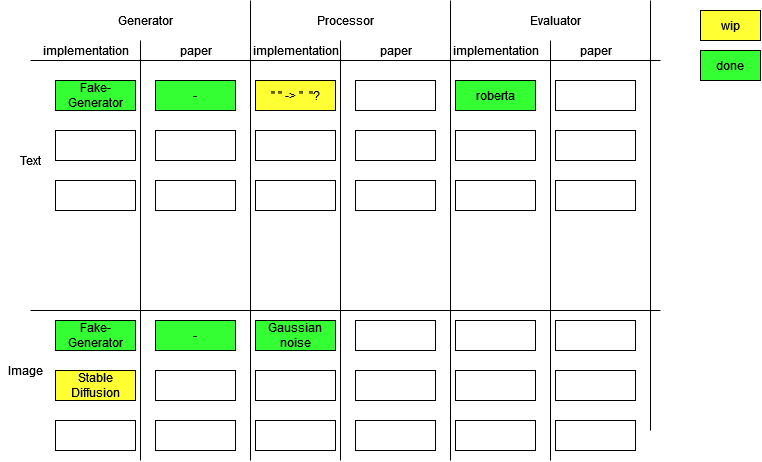
Ctrl-Alt-Defeat-Foundation-Models/informatiCup2024 keeps this draw.io diagram as documentation/Overview ImplementationPaper.png. Above is the earlier version. Source tidied: cells renumbered, new cells last; positions are measured from the earlier drawing's top-left corner, leaving out a move shared by most shapes. Source of this version:
```xml
<mxGraphModel>
  <root>
    <mxCell id="0" />
    <mxCell id="1" parent="0" />
    <mxCell id="2" value="Fake-Generator" style="rounded=0;whiteSpace=wrap;html=1;fillColor=#33FF33;" parent="1" vertex="1">
      <mxGeometry x="55" y="80" width="80" height="30" as="geometry" />
    </mxCell>
    <mxCell id="3" value="Generator" style="text;html=1;align=center;verticalAlign=middle;strokeColor=none;fillColor=none;" parent="1" vertex="1">
      <mxGeometry x="110" y="10" width="70" height="20" as="geometry" />
    </mxCell>
    <mxCell id="4" value="Processor" style="text;html=1;align=center;verticalAlign=middle;strokeColor=none;fillColor=none;" parent="1" vertex="1">
      <mxGeometry x="310" y="10" width="70" height="20" as="geometry" />
    </mxCell>
    <mxCell id="5" value="Evaluator" style="text;html=1;align=center;verticalAlign=middle;strokeColor=none;fillColor=none;" parent="1" vertex="1">
      <mxGeometry x="520" y="10" width="70" height="20" as="geometry" />
    </mxCell>
    <mxCell id="6" style="rounded=0;whiteSpace=wrap;html=1;" parent="1" vertex="1">
      <mxGeometry x="55" y="130" width="80" height="30" as="geometry" />
    </mxCell>
    <mxCell id="7" style="endArrow=none;html=1;rounded=0;" parent="1" edge="1">
      <mxGeometry relative="1" as="geometry">
        <mxPoint x="30" y="310" as="sourcePoint" />
        <mxPoint x="660" y="310" as="targetPoint" />
      </mxGeometry>
    </mxCell>
    <mxCell id="8" style="endArrow=none;html=1;rounded=0;" parent="1" edge="1">
      <mxGeometry relative="1" as="geometry">
        <mxPoint x="250" y="460" as="sourcePoint" />
        <mxPoint x="250" as="targetPoint" />
      </mxGeometry>
    </mxCell>
    <mxCell id="9" style="endArrow=none;html=1;rounded=0;" parent="1" edge="1">
      <mxGeometry relative="1" as="geometry">
        <mxPoint x="450" y="460" as="sourcePoint" />
        <mxPoint x="450" as="targetPoint" />
      </mxGeometry>
    </mxCell>
    <mxCell id="10" style="rounded=0;whiteSpace=wrap;html=1;" parent="1" vertex="1">
      <mxGeometry x="55" y="180" width="80" height="30" as="geometry" />
    </mxCell>
    <mxCell id="11" value="&quot; &quot; -&amp;gt; &quot;&amp;nbsp; &quot;?" style="rounded=0;whiteSpace=wrap;html=1;fillColor=#FFFF33;" parent="1" vertex="1">
      <mxGeometry x="255" y="80" width="80" height="30" as="geometry" />
    </mxCell>
    <mxCell id="12" style="rounded=0;whiteSpace=wrap;html=1;" parent="1" vertex="1">
      <mxGeometry x="255" y="130" width="80" height="30" as="geometry" />
    </mxCell>
    <mxCell id="13" style="rounded=0;whiteSpace=wrap;html=1;" parent="1" vertex="1">
      <mxGeometry x="255" y="180" width="80" height="30" as="geometry" />
    </mxCell>
    <mxCell id="14" value="roberta" style="rounded=0;whiteSpace=wrap;html=1;fillColor=#33FF33;" parent="1" vertex="1">
      <mxGeometry x="455" y="80" width="80" height="30" as="geometry" />
    </mxCell>
    <mxCell id="15" style="rounded=0;whiteSpace=wrap;html=1;" parent="1" vertex="1">
      <mxGeometry x="455" y="130" width="80" height="30" as="geometry" />
    </mxCell>
    <mxCell id="16" style="rounded=0;whiteSpace=wrap;html=1;" parent="1" vertex="1">
      <mxGeometry x="455" y="180" width="80" height="30" as="geometry" />
    </mxCell>
    <mxCell id="17" value="Stable Diffusion" style="rounded=0;whiteSpace=wrap;html=1;fillColor=#FFFF33;" parent="1" vertex="1">
      <mxGeometry x="55" y="370" width="80" height="30" as="geometry" />
    </mxCell>
    <mxCell id="18" style="rounded=0;whiteSpace=wrap;html=1;" parent="1" vertex="1">
      <mxGeometry x="55" y="420" width="80" height="30" as="geometry" />
    </mxCell>
    <mxCell id="19" style="rounded=0;whiteSpace=wrap;html=1;" parent="1" vertex="1">
      <mxGeometry x="255" y="370" width="80" height="30" as="geometry" />
    </mxCell>
    <mxCell id="20" style="rounded=0;whiteSpace=wrap;html=1;" parent="1" vertex="1">
      <mxGeometry x="255" y="420" width="80" height="30" as="geometry" />
    </mxCell>
    <mxCell id="21" style="rounded=0;whiteSpace=wrap;html=1;" parent="1" vertex="1">
      <mxGeometry x="455" y="320" width="80" height="30" as="geometry" />
    </mxCell>
    <mxCell id="22" style="rounded=0;whiteSpace=wrap;html=1;" parent="1" vertex="1">
      <mxGeometry x="455" y="370" width="80" height="30" as="geometry" />
    </mxCell>
    <mxCell id="23" style="rounded=0;whiteSpace=wrap;html=1;" parent="1" vertex="1">
      <mxGeometry x="455" y="420" width="80" height="30" as="geometry" />
    </mxCell>
    <mxCell id="24" style="endArrow=none;html=1;rounded=0;" parent="1" edge="1">
      <mxGeometry relative="1" as="geometry">
        <mxPoint x="30" y="60" as="sourcePoint" />
        <mxPoint x="660" y="60" as="targetPoint" />
      </mxGeometry>
    </mxCell>
    <mxCell id="25" style="endArrow=none;html=1;rounded=0;" parent="1" edge="1">
      <mxGeometry relative="1" as="geometry">
        <mxPoint x="140" y="460" as="sourcePoint" />
        <mxPoint x="140" y="40" as="targetPoint" />
      </mxGeometry>
    </mxCell>
    <mxCell id="26" style="endArrow=none;html=1;rounded=0;" parent="1" edge="1">
      <mxGeometry relative="1" as="geometry">
        <mxPoint x="340" y="460" as="sourcePoint" />
        <mxPoint x="340" y="40" as="targetPoint" />
      </mxGeometry>
    </mxCell>
    <mxCell id="27" style="endArrow=none;html=1;rounded=0;" parent="1" edge="1">
      <mxGeometry relative="1" as="geometry">
        <mxPoint x="550" y="460" as="sourcePoint" />
        <mxPoint x="550" y="40" as="targetPoint" />
      </mxGeometry>
    </mxCell>
    <mxCell id="28" style="endArrow=none;html=1;rounded=0;" parent="1" edge="1">
      <mxGeometry relative="1" as="geometry">
        <mxPoint x="650" y="430" as="sourcePoint" />
        <mxPoint x="650" as="targetPoint" />
      </mxGeometry>
    </mxCell>
    <mxCell id="29" value="&lt;div&gt;implementation&lt;/div&gt;" style="text;html=1;align=center;verticalAlign=middle;strokeColor=none;fillColor=none;" parent="1" vertex="1">
      <mxGeometry x="35" y="40" width="100" height="20" as="geometry" />
    </mxCell>
    <mxCell id="30" value="&lt;div&gt;implementation&lt;/div&gt;" style="text;html=1;align=center;verticalAlign=middle;strokeColor=none;fillColor=none;" parent="1" vertex="1">
      <mxGeometry x="245" y="40" width="100" height="20" as="geometry" />
    </mxCell>
    <mxCell id="31" value="&lt;div&gt;implementation&lt;/div&gt;" style="text;html=1;align=center;verticalAlign=middle;strokeColor=none;fillColor=none;" parent="1" vertex="1">
      <mxGeometry x="445" y="40" width="100" height="20" as="geometry" />
    </mxCell>
    <mxCell id="32" value="&lt;div&gt;paper&lt;/div&gt;" style="text;html=1;align=center;verticalAlign=middle;strokeColor=none;fillColor=none;" parent="1" vertex="1">
      <mxGeometry x="170" y="40" width="50" height="20" as="geometry" />
    </mxCell>
    <mxCell id="33" value="&lt;div&gt;paper&lt;/div&gt;" style="text;html=1;align=center;verticalAlign=middle;strokeColor=none;fillColor=none;" parent="1" vertex="1">
      <mxGeometry x="370" y="40" width="50" height="20" as="geometry" />
    </mxCell>
    <mxCell id="34" value="&lt;div&gt;paper&lt;/div&gt;" style="text;html=1;align=center;verticalAlign=middle;strokeColor=none;fillColor=none;" parent="1" vertex="1">
      <mxGeometry x="570" y="40" width="50" height="20" as="geometry" />
    </mxCell>
    <mxCell id="35" value="-" style="rounded=0;whiteSpace=wrap;html=1;fillColor=#33FF33;" parent="1" vertex="1">
      <mxGeometry x="155" y="80" width="80" height="30" as="geometry" />
    </mxCell>
    <mxCell id="36" style="rounded=0;whiteSpace=wrap;html=1;" parent="1" vertex="1">
      <mxGeometry x="155" y="130" width="80" height="30" as="geometry" />
    </mxCell>
    <mxCell id="37" style="rounded=0;whiteSpace=wrap;html=1;" parent="1" vertex="1">
      <mxGeometry x="155" y="180" width="80" height="30" as="geometry" />
    </mxCell>
    <mxCell id="38" style="rounded=0;whiteSpace=wrap;html=1;" parent="1" vertex="1">
      <mxGeometry x="355" y="80" width="80" height="30" as="geometry" />
    </mxCell>
    <mxCell id="39" style="rounded=0;whiteSpace=wrap;html=1;" parent="1" vertex="1">
      <mxGeometry x="355" y="130" width="80" height="30" as="geometry" />
    </mxCell>
    <mxCell id="40" style="rounded=0;whiteSpace=wrap;html=1;" parent="1" vertex="1">
      <mxGeometry x="355" y="180" width="80" height="30" as="geometry" />
    </mxCell>
    <mxCell id="41" style="rounded=0;whiteSpace=wrap;html=1;" parent="1" vertex="1">
      <mxGeometry x="555" y="80" width="80" height="30" as="geometry" />
    </mxCell>
    <mxCell id="42" style="rounded=0;whiteSpace=wrap;html=1;" parent="1" vertex="1">
      <mxGeometry x="555" y="130" width="80" height="30" as="geometry" />
    </mxCell>
    <mxCell id="43" style="rounded=0;whiteSpace=wrap;html=1;" parent="1" vertex="1">
      <mxGeometry x="555" y="180" width="80" height="30" as="geometry" />
    </mxCell>
    <mxCell id="44" value="-" style="rounded=0;whiteSpace=wrap;html=1;fillColor=#33FF33;" parent="1" vertex="1">
      <mxGeometry x="155" y="320" width="80" height="30" as="geometry" />
    </mxCell>
    <mxCell id="45" style="rounded=0;whiteSpace=wrap;html=1;" parent="1" vertex="1">
      <mxGeometry x="155" y="370" width="80" height="30" as="geometry" />
    </mxCell>
    <mxCell id="46" style="rounded=0;whiteSpace=wrap;html=1;" parent="1" vertex="1">
      <mxGeometry x="155" y="420" width="80" height="30" as="geometry" />
    </mxCell>
    <mxCell id="47" style="rounded=0;whiteSpace=wrap;html=1;" parent="1" vertex="1">
      <mxGeometry x="355" y="320" width="80" height="30" as="geometry" />
    </mxCell>
    <mxCell id="48" style="rounded=0;whiteSpace=wrap;html=1;" parent="1" vertex="1">
      <mxGeometry x="355" y="370" width="80" height="30" as="geometry" />
    </mxCell>
    <mxCell id="49" style="rounded=0;whiteSpace=wrap;html=1;" parent="1" vertex="1">
      <mxGeometry x="355" y="420" width="80" height="30" as="geometry" />
    </mxCell>
    <mxCell id="50" style="rounded=0;whiteSpace=wrap;html=1;" parent="1" vertex="1">
      <mxGeometry x="555" y="320" width="80" height="30" as="geometry" />
    </mxCell>
    <mxCell id="51" style="rounded=0;whiteSpace=wrap;html=1;" parent="1" vertex="1">
      <mxGeometry x="555" y="370" width="80" height="30" as="geometry" />
    </mxCell>
    <mxCell id="52" style="rounded=0;whiteSpace=wrap;html=1;" parent="1" vertex="1">
      <mxGeometry x="555" y="420" width="80" height="30" as="geometry" />
    </mxCell>
    <mxCell id="53" value="Fake-Generator" style="rounded=0;whiteSpace=wrap;html=1;fillColor=#33FF33;" parent="1" vertex="1">
      <mxGeometry x="55" y="320" width="80" height="30" as="geometry" />
    </mxCell>
    <mxCell id="54" value="Text" style="text;html=1;align=center;verticalAlign=middle;strokeColor=none;fillColor=none;" parent="1" vertex="1">
      <mxGeometry x="10" y="150" width="40" height="20" as="geometry" />
    </mxCell>
    <mxCell id="55" value="Image" style="text;html=1;align=center;verticalAlign=middle;strokeColor=none;fillColor=none;" parent="1" vertex="1">
      <mxGeometry y="360" width="50" height="20" as="geometry" />
    </mxCell>
    <mxCell id="56" value="wip" style="whiteSpace=wrap;html=1;fillColor=#FFFF33;" parent="1" vertex="1">
      <mxGeometry x="700" y="10" width="60" height="30" as="geometry" />
    </mxCell>
    <mxCell id="57" value="done" style="rounded=0;whiteSpace=wrap;html=1;fillColor=#33FF33;" parent="1" vertex="1">
      <mxGeometry x="700" y="50" width="60" height="30" as="geometry" />
    </mxCell>
    <mxCell id="58" value="Gaussian noise" style="rounded=0;whiteSpace=wrap;html=1;fillColor=#33FF33;" parent="1" vertex="1">
      <mxGeometry x="255" y="320" width="80" height="30" as="geometry" />
    </mxCell>
  </root>
</mxGraphModel>
```
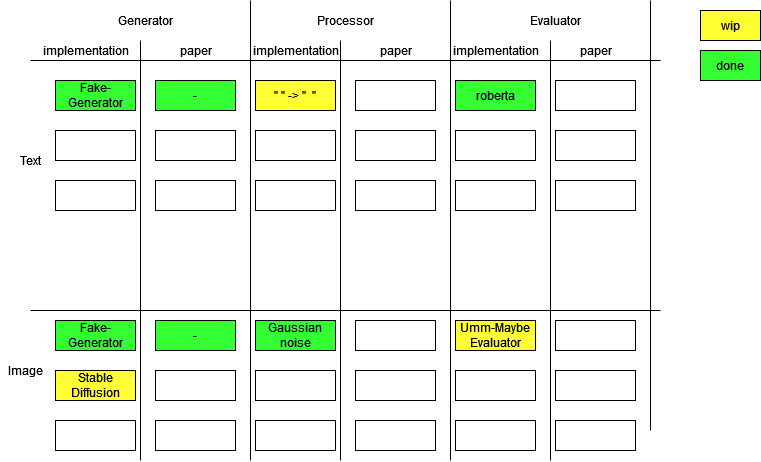
The same file after the commit.

The edit, as a diff of the source:
```diff
@@ -38,7 +38,7 @@
     <mxCell id="10" style="rounded=0;whiteSpace=wrap;html=1;" parent="1" vertex="1">
       <mxGeometry x="55" y="180" width="80" height="30" as="geometry" />
     </mxCell>
-    <mxCell id="11" value="&quot; &quot; -&amp;gt; &quot;&amp;nbsp; &quot;?" style="rounded=0;whiteSpace=wrap;html=1;fillColor=#FFFF33;" parent="1" vertex="1">
+    <mxCell id="11" value="&quot; &quot; -&amp;gt; &quot;&amp;nbsp; &quot;" style="rounded=0;whiteSpace=wrap;html=1;fillColor=#FFFF33;" parent="1" vertex="1">
       <mxGeometry x="255" y="80" width="80" height="30" as="geometry" />
     </mxCell>
     <mxCell id="12" style="rounded=0;whiteSpace=wrap;html=1;" parent="1" vertex="1">
@@ -68,7 +68,7 @@
     <mxCell id="20" style="rounded=0;whiteSpace=wrap;html=1;" parent="1" vertex="1">
       <mxGeometry x="255" y="420" width="80" height="30" as="geometry" />
     </mxCell>
-    <mxCell id="21" style="rounded=0;whiteSpace=wrap;html=1;" parent="1" vertex="1">
+    <mxCell id="21" value="Umm-Maybe Evaluator" style="rounded=0;whiteSpace=wrap;html=1;verticalAlign=middle;fillColor=#FFFF33;" parent="1" vertex="1">
       <mxGeometry x="455" y="320" width="80" height="30" as="geometry" />
     </mxCell>
     <mxCell id="22" style="rounded=0;whiteSpace=wrap;html=1;" parent="1" vertex="1">
```
